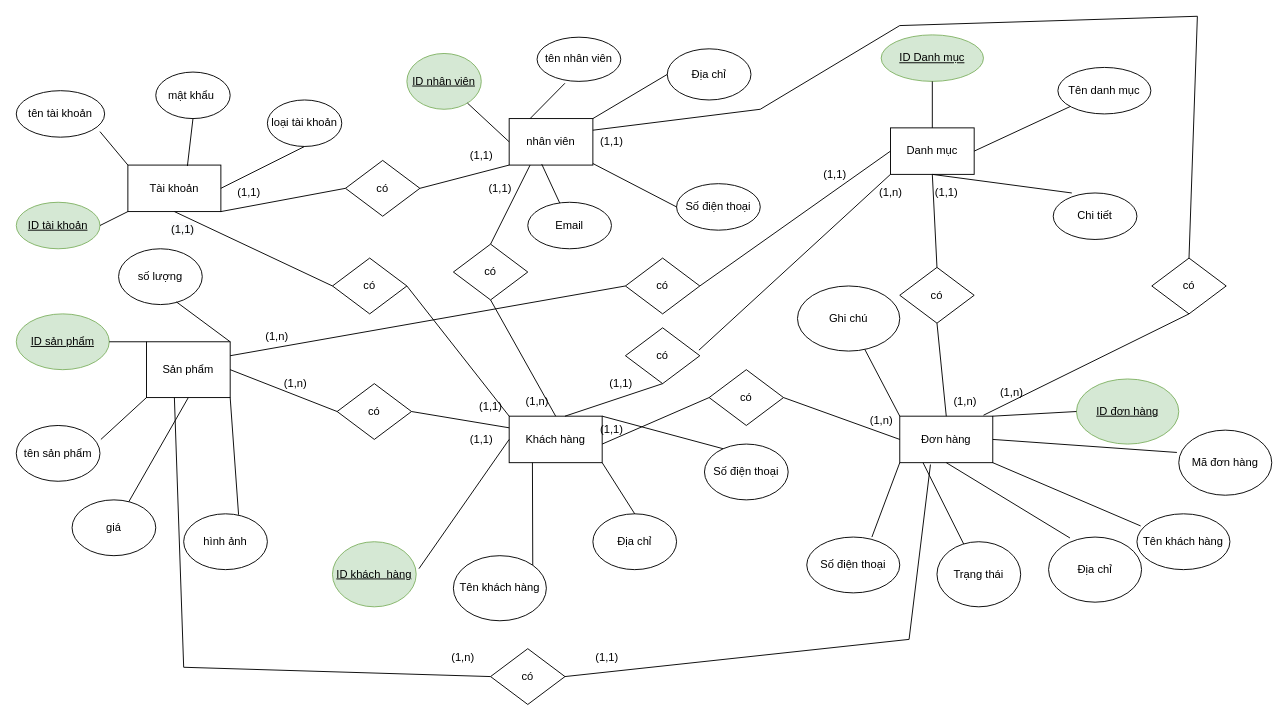
This is DtbAsg.drawio from DungCR7/Database, a draw.io file, before an edit. Source tidied: cells renumbered, new cells numbered last; positions are measured from the earlier drawing's top-left corner, leaving out a move shared by most shapes. Both pictures are drawn from the tidied source at 93%, with x=0, y=0 at pixel (16, 16).
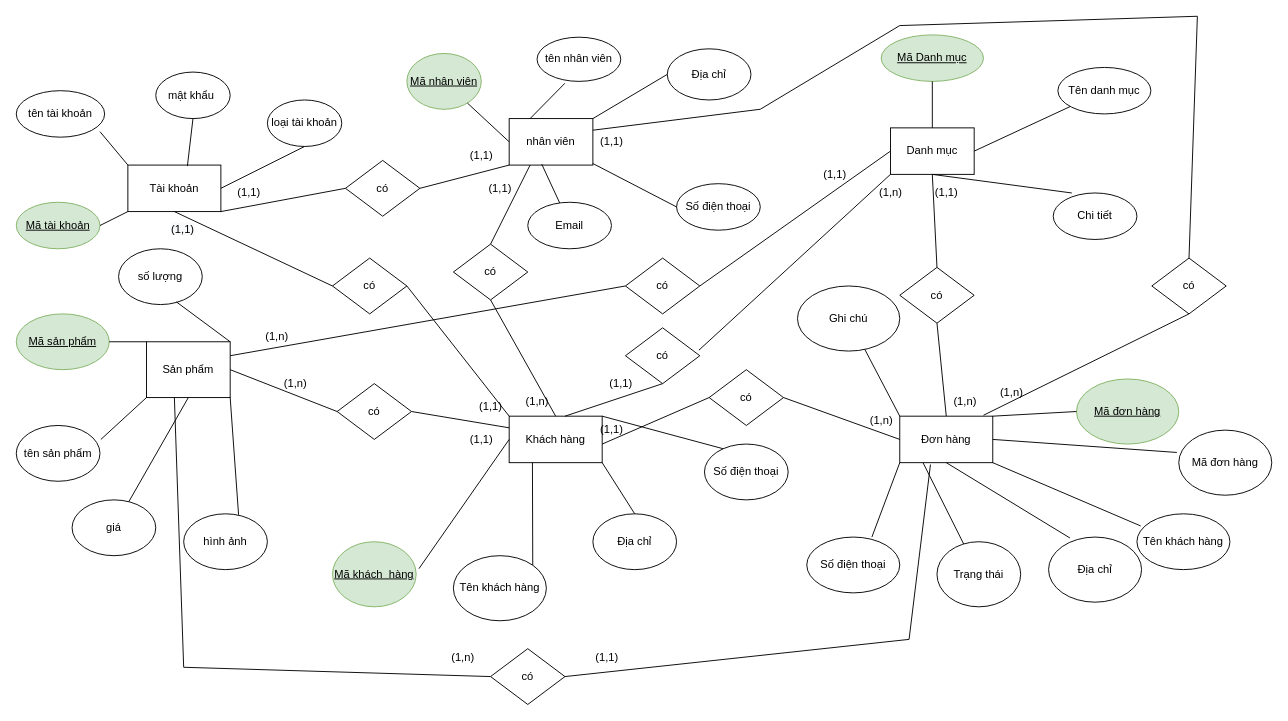
The same diagram, later.

Change to the diagram source:
```diff
@@
-    <mxCell id="3" value="&lt;u&gt;ID nhân viên&lt;/u&gt;" style="ellipse;whiteSpace=wrap;html=1;fillColor=#d5e8d4;strokeColor=#82b366;" parent="1" vertex="1">
+    <mxCell id="3" value="&lt;u&gt;Mã nhân viên&lt;/u&gt;" style="ellipse;whiteSpace=wrap;html=1;fillColor=#d5e8d4;strokeColor=#82b366;" parent="1" vertex="1">
       <mxGeometry x="420" y="40" width="80" height="60" as="geometry" />
     </mxCell>
-    <mxCell id="4" value="&lt;u&gt;ID tài khoản&lt;/u&gt;" style="ellipse;whiteSpace=wrap;html=1;fillColor=#d5e8d4;strokeColor=#82b366;" parent="1" vertex="1">
+    <mxCell id="4" value="&lt;u&gt;Mã tài khoản&lt;/u&gt;" style="ellipse;whiteSpace=wrap;html=1;fillColor=#d5e8d4;strokeColor=#82b366;" parent="1" vertex="1">
       <mxGeometry y="200" width="90" height="50" as="geometry" />
     </mxCell>
@@
-    <mxCell id="15" value="&lt;u&gt;ID Danh mục&lt;/u&gt;" style="ellipse;whiteSpace=wrap;html=1;fillColor=#d5e8d4;strokeColor=#82b366;" parent="1" vertex="1">
+    <mxCell id="15" value="&lt;u&gt;Mã Danh mục&lt;/u&gt;" style="ellipse;whiteSpace=wrap;html=1;fillColor=#d5e8d4;strokeColor=#82b366;" parent="1" vertex="1">
       <mxGeometry x="930" y="20" width="110" height="50" as="geometry" />
     </mxCell>
@@
-    <mxCell id="22" value="&lt;u&gt;ID sản phẩm&lt;/u&gt;" style="ellipse;whiteSpace=wrap;html=1;fillColor=#d5e8d4;strokeColor=#82b366;" parent="1" vertex="1">
+    <mxCell id="22" value="&lt;u&gt;Mã sản phẩm&lt;/u&gt;" style="ellipse;whiteSpace=wrap;html=1;fillColor=#d5e8d4;strokeColor=#82b366;" parent="1" vertex="1">
       <mxGeometry y="320" width="100" height="60" as="geometry" />
     </mxCell>
@@
-    <mxCell id="27" value="&lt;u&gt;ID khách&amp;nbsp; hàng&lt;/u&gt;" style="ellipse;whiteSpace=wrap;html=1;fillColor=#d5e8d4;strokeColor=#82b366;" parent="1" vertex="1">
+    <mxCell id="27" value="&lt;u&gt;Mã khách&amp;nbsp; hàng&lt;/u&gt;" style="ellipse;whiteSpace=wrap;html=1;fillColor=#d5e8d4;strokeColor=#82b366;" parent="1" vertex="1">
       <mxGeometry x="340" y="565" width="90" height="70" as="geometry" />
     </mxCell>
@@
-    <mxCell id="35" value="&lt;u&gt;ID đơn hàng&lt;/u&gt;" style="ellipse;whiteSpace=wrap;html=1;fillColor=#d5e8d4;strokeColor=#82b366;" parent="1" vertex="1">
+    <mxCell id="35" value="&lt;u&gt;Mã đơn hàng&lt;/u&gt;" style="ellipse;whiteSpace=wrap;html=1;fillColor=#d5e8d4;strokeColor=#82b366;" parent="1" vertex="1">
       <mxGeometry x="1140" y="390" width="110" height="70" as="geometry" />
     </mxCell>
```
